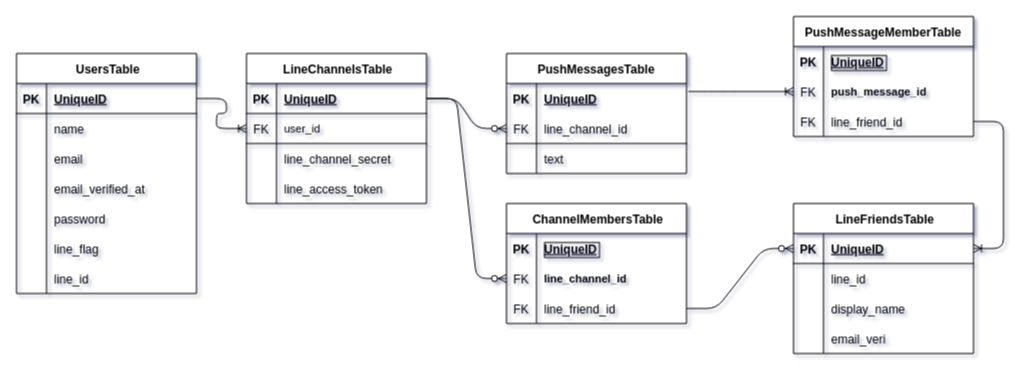
worldwideweb13/line-sail keeps this draw.io diagram as draw.dio. Above is the earlier version. Source tidied: cells renumbered, new cells numbered last; positions are measured from the earlier drawing's top-left corner, leaving out a move shared by most shapes. Both pictures are drawn from the tidied source at 100%, with x=0, y=0 at pixel (16, 16).
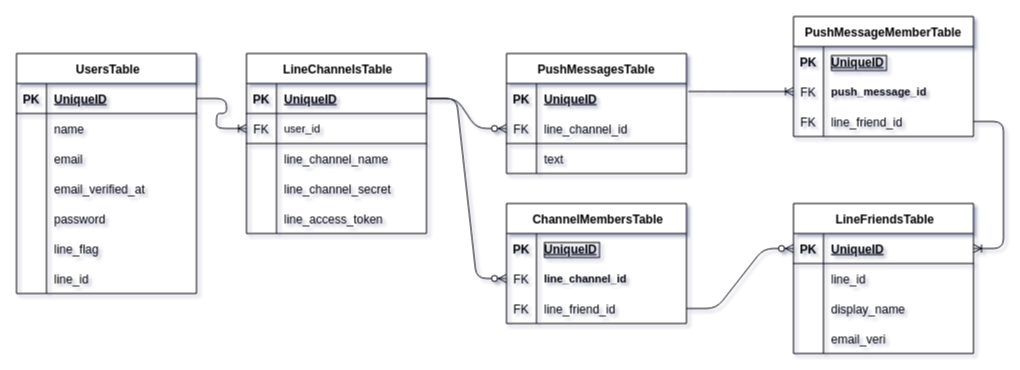
Above is the later version.

The change refers to these unchanged cells:
```xml
<mxCell id="44" style="shape=partialRectangle;fillColor=none;top=0;left=0;bottom=0;right=0;" parent="37" vertex="1">
  <mxGeometry y="90" width="180" height="30" as="geometry" />
</mxCell>
<mxCell id="47" style="shape=partialRectangle;fillColor=none;top=0;left=0;bottom=0;right=0;" parent="37" vertex="1">
  <mxGeometry y="120" width="180" height="30" as="geometry" />
</mxCell>
```

Diff of the diagram source:
```diff
@@
     <mxCell id="37" value=" LineChannelsTable" style="shape=table;startSize=30;childLayout=tableLayout;rowLines=0;fontStyle=1;align=center;" parent="1" vertex="1">
-      <mxGeometry x="230" y="37" width="180" height="150" as="geometry" />
+      <mxGeometry x="230" y="37" width="180" height="180" as="geometry" />
     </mxCell>
@@
-    <mxCell id="46" value="line_channel_secret" style="shape=partialRectangle;fillColor=none;top=0;left=0;bottom=0;right=0;align=left;spacingLeft=6;overflow=hidden;" parent="44" vertex="1">
+    <mxCell id="46" value="line_channel_name" style="shape=partialRectangle;fillColor=none;top=0;left=0;bottom=0;right=0;align=left;spacingLeft=6;overflow=hidden;" parent="44" vertex="1">
       <mxGeometry x="30" width="150" height="30" as="geometry" />
     </mxCell>
@@
-    <mxCell id="49" value="line_access_token" style="shape=partialRectangle;fillColor=none;top=0;left=0;bottom=0;right=0;align=left;spacingLeft=6;overflow=hidden;" parent="47" vertex="1">
+    <mxCell id="49" value="line_channel_secret" style="shape=partialRectangle;fillColor=none;top=0;left=0;bottom=0;right=0;align=left;spacingLeft=6;overflow=hidden;" parent="47" vertex="1">
       <mxGeometry x="30" width="150" height="30" as="geometry" />
     </mxCell>
+    <mxCell id="86" style="shape=partialRectangle;fillColor=none;top=0;left=0;bottom=0;right=0;" parent="37" vertex="1">
+      <mxGeometry y="150" width="180" height="30" as="geometry" />
+    </mxCell>
+    <mxCell id="87" style="shape=partialRectangle;fillColor=none;top=0;left=0;bottom=0;right=0;overflow=hidden;" parent="86" vertex="1">
+      <mxGeometry width="30" height="30" as="geometry" />
+    </mxCell>
+    <mxCell id="88" value="line_access_token" style="shape=partialRectangle;fillColor=none;top=0;left=0;bottom=0;right=0;align=left;spacingLeft=6;overflow=hidden;" parent="86" vertex="1">
+      <mxGeometry x="30" width="150" height="30" as="geometry" />
+    </mxCell>
```
